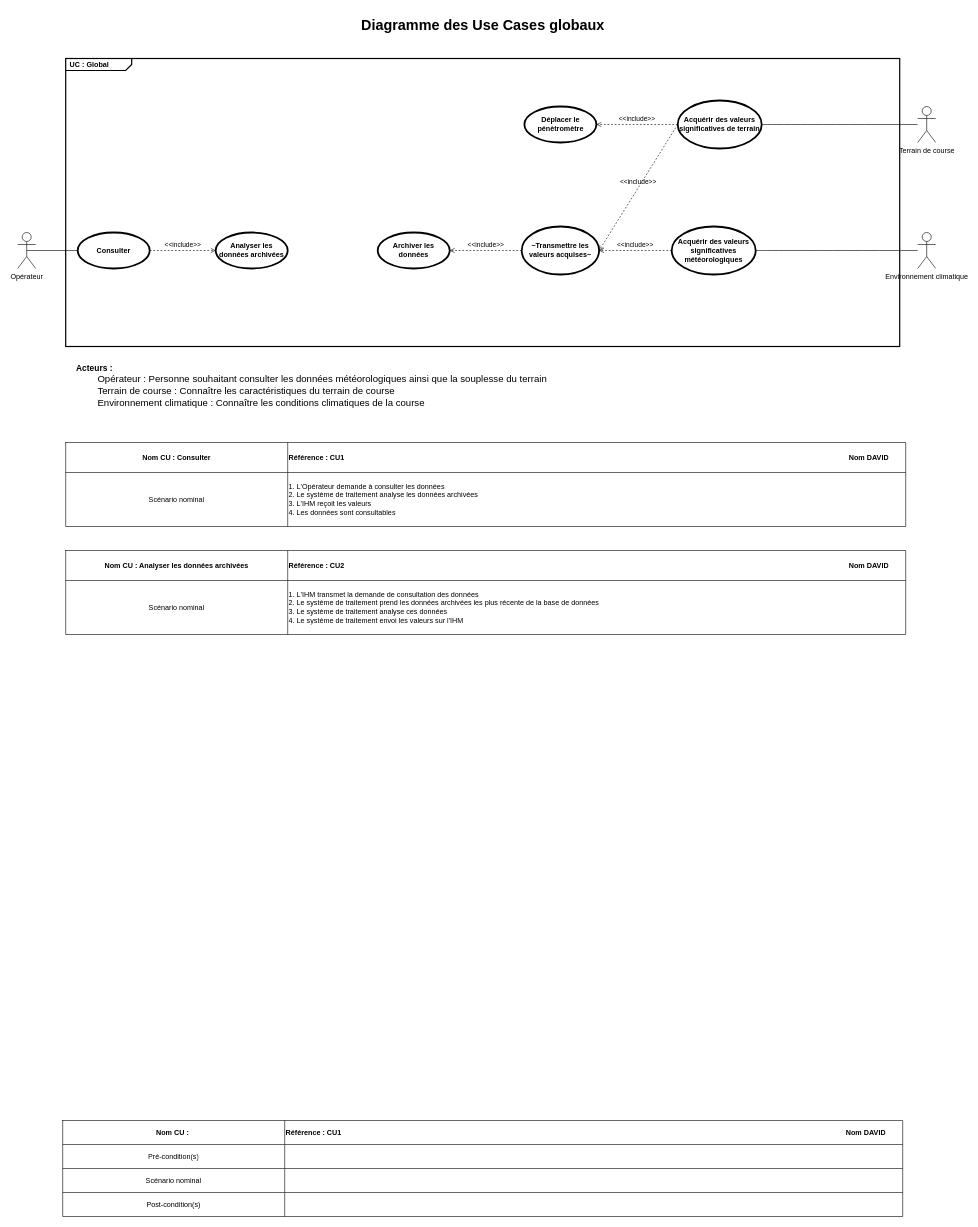
This is SYSML/UseCase/D-UC_General-FM2.drawio from ToGen49/Hippodrome, a draw.io file, before an edit. Source tidied: cells renumbered, new cells numbered last; positions are measured from the earlier drawing's top-left corner, leaving out a move shared by most shapes. Both pictures are drawn from the tidied source at 60%, with x=0, y=0 at pixel (17, 10).
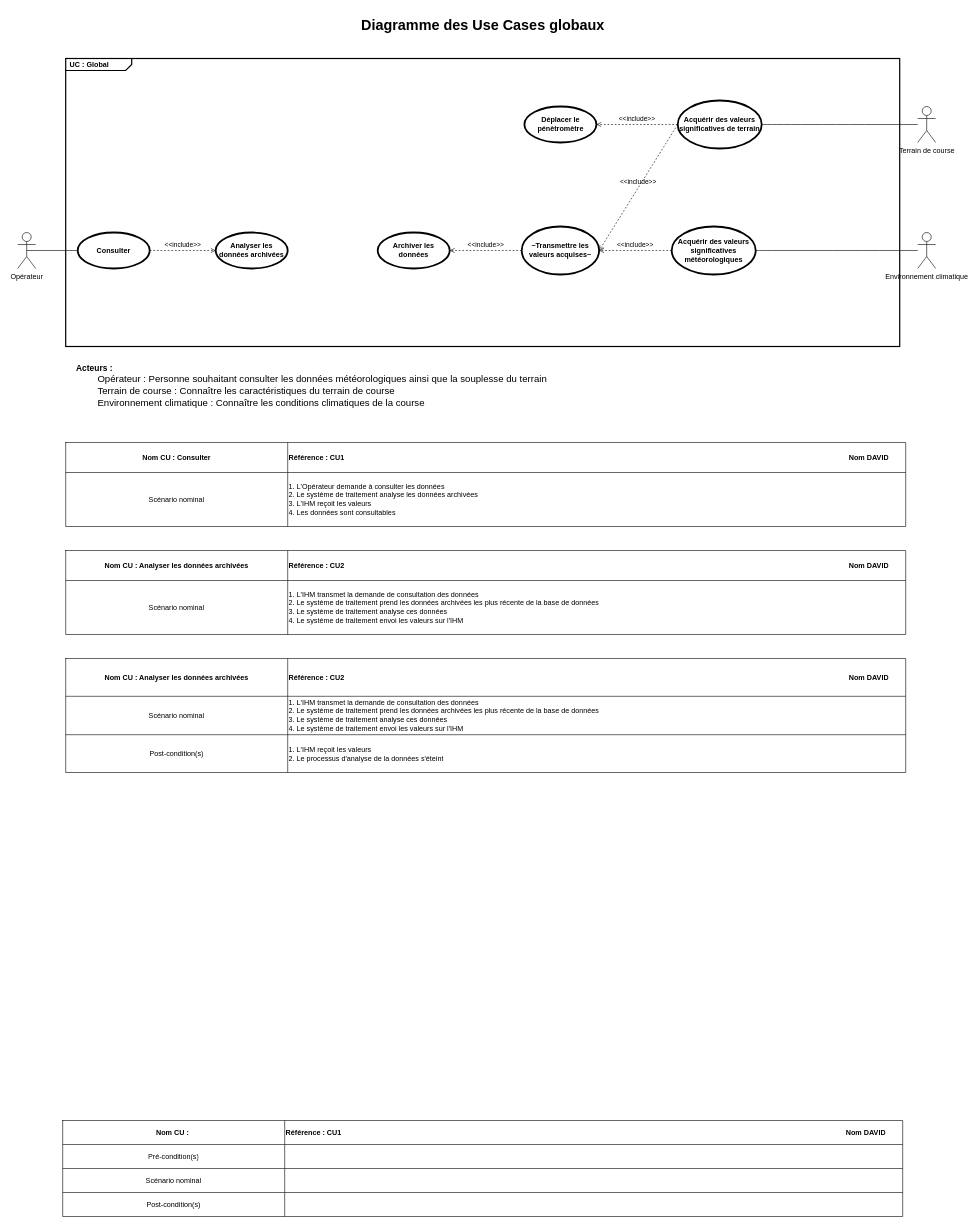
The same page after the edit.

Commit message (it also covers changes not shown here):
Mettre à jour D-UC_General-FM2.drawio

What changed in the source:
```diff
@@
+    <mxCell id="50" style="shape=table;startSize=0;childLayout=tableLayout;" parent="1" vertex="1">
+      <mxGeometry x="80" y="1080" width="1400" height="190" as="geometry" />
+    </mxCell>
+    <mxCell id="51" style="shape=tableRow;horizontal=0;startSize=0;swimlaneHead=0;swimlaneBody=0;strokeColor=inherit;top=0;left=0;bottom=0;right=0;fillColor=none;" parent="50" vertex="1">
+      <mxGeometry width="1400" height="63" as="geometry" />
+    </mxCell>
+    <mxCell id="52" value="&lt;b&gt;Nom CU : Analyser les données archivées&lt;/b&gt;" style="shape=partialRectangle;html=1;whiteSpace=wrap;strokeColor=inherit;overflow=hidden;fillColor=none;top=0;left=0;bottom=0;right=0;" parent="51" vertex="1">
+      <mxGeometry width="370" height="63" as="geometry" />
+    </mxCell>
+    <mxCell id="53" value="&lt;b&gt;Référence : CU2&lt;span style=&quot;white-space: pre;&quot;&gt;&#9;&lt;/span&gt;&lt;span style=&quot;white-space: pre;&quot;&gt;&#9;&lt;/span&gt;&lt;span style=&quot;white-space: pre;&quot;&gt;&#9;&lt;/span&gt;&lt;span style=&quot;white-space: pre;&quot;&gt;&#9;&lt;/span&gt;&lt;span style=&quot;white-space: pre;&quot;&gt;&#9;&lt;/span&gt;&lt;span style=&quot;white-space: pre;&quot;&gt;&#9;&lt;/span&gt;&lt;span style=&quot;white-space: pre;&quot;&gt;&#9;&lt;/span&gt;&lt;span style=&quot;white-space: pre;&quot;&gt;&#9;&lt;/span&gt;&lt;span style=&quot;white-space: pre;&quot;&gt;&#9;&lt;/span&gt;&lt;span style=&quot;white-space: pre;&quot;&gt;&#9;&lt;/span&gt;&lt;span style=&quot;white-space: pre;&quot;&gt;&#9;&lt;/span&gt;&lt;span style=&quot;white-space: pre;&quot;&gt;&#9;&lt;/span&gt;&lt;span style=&quot;white-space: pre;&quot;&gt;&#9;&lt;/span&gt;&lt;span style=&quot;white-space: pre;&quot;&gt;&#9;&lt;/span&gt;&lt;span style=&quot;white-space: pre;&quot;&gt;&#9;&lt;/span&gt;&lt;span style=&quot;white-space: pre;&quot;&gt;&#9;&lt;/span&gt;&lt;span style=&quot;white-space: pre;&quot;&gt;&#9;&lt;/span&gt;&lt;span style=&quot;white-space: pre;&quot;&gt;&#9;&lt;/span&gt;&lt;span style=&quot;white-space: pre;&quot;&gt;&#9;&lt;/span&gt;&lt;span style=&quot;white-space: pre;&quot;&gt;&#9;&lt;/span&gt;&lt;span style=&quot;white-space: pre;&quot;&gt;&#9;&lt;/span&gt;&lt;span style=&quot;white-space: pre;&quot;&gt;&#9;&lt;/span&gt;&lt;span style=&quot;white-space: pre;&quot;&gt;&#9;&lt;/span&gt;&lt;span style=&quot;white-space: pre;&quot;&gt;&#9;&lt;/span&gt;&lt;span style=&quot;white-space: pre;&quot;&gt;&#9;&lt;/span&gt;&lt;span style=&quot;white-space: pre;&quot;&gt;&#9;&lt;/span&gt;&lt;span style=&quot;white-space: pre;&quot;&gt;&#9;&lt;/span&gt;&lt;span style=&quot;white-space: pre;&quot;&gt;&#9;&lt;/span&gt;&lt;span style=&quot;white-space: pre;&quot;&gt;&#9;&lt;/span&gt;&lt;span style=&quot;white-space: pre;&quot;&gt;&#9;&lt;/span&gt;&lt;span style=&quot;white-space: pre;&quot;&gt;&#9;&lt;/span&gt;&lt;span style=&quot;white-space: pre;&quot;&gt;&#9;&lt;/span&gt;Nom DAVID&lt;/b&gt;" style="shape=partialRectangle;html=1;whiteSpace=wrap;strokeColor=inherit;overflow=hidden;fillColor=none;top=0;left=0;bottom=0;right=0;align=left;" parent="51" vertex="1">
+      <mxGeometry x="370" width="1030" height="63" as="geometry" />
+    </mxCell>
+    <mxCell id="54" style="shape=tableRow;horizontal=0;startSize=0;swimlaneHead=0;swimlaneBody=0;strokeColor=inherit;top=0;left=0;bottom=0;right=0;fillColor=none;" parent="50" vertex="1">
+      <mxGeometry y="63" width="1400" height="64" as="geometry" />
+    </mxCell>
+    <mxCell id="55" value="Scénario nominal" style="shape=partialRectangle;html=1;whiteSpace=wrap;strokeColor=inherit;overflow=hidden;fillColor=none;top=0;left=0;bottom=0;right=0;" parent="54" vertex="1">
+      <mxGeometry width="370" height="64" as="geometry" />
+    </mxCell>
+    <mxCell id="56" value="&lt;div&gt;1. L'IHM transmet la demande de consultation des données&lt;/div&gt;&lt;div&gt;2. Le système de traitement prend les données archivées les plus récente de la base de données&lt;/div&gt;&lt;div&gt;3. Le système de traitement analyse ces données&lt;/div&gt;&lt;div&gt;4. Le système de traitement envoi les valeurs sur l'IHM&lt;/div&gt;" style="shape=partialRectangle;html=1;whiteSpace=wrap;strokeColor=inherit;overflow=hidden;fillColor=none;top=0;left=0;bottom=0;right=0;align=left;" parent="54" vertex="1">
+      <mxGeometry x="370" width="1030" height="64" as="geometry" />
+    </mxCell>
+    <mxCell id="57" style="shape=tableRow;horizontal=0;startSize=0;swimlaneHead=0;swimlaneBody=0;strokeColor=inherit;top=0;left=0;bottom=0;right=0;fillColor=none;" parent="50" vertex="1">
+      <mxGeometry y="127" width="1400" height="63" as="geometry" />
+    </mxCell>
+    <mxCell id="58" value="Post-condition(s)" style="shape=partialRectangle;html=1;whiteSpace=wrap;strokeColor=inherit;overflow=hidden;fillColor=none;top=0;left=0;bottom=0;right=0;" parent="57" vertex="1">
+      <mxGeometry width="370" height="63" as="geometry" />
+    </mxCell>
+    <mxCell id="59" value="1. L'IHM reçoit les valeurs&lt;div&gt;2.&lt;span style=&quot;background-color: transparent; color: light-dark(rgb(0, 0, 0), rgb(255, 255, 255));&quot;&gt;&amp;nbsp;&lt;/span&gt;&lt;span style=&quot;background-color: transparent; color: light-dark(rgb(0, 0, 0), rgb(255, 255, 255));&quot;&gt;Le processus d'analyse de la données s'éteint&lt;/span&gt;&lt;/div&gt;" style="shape=partialRectangle;html=1;whiteSpace=wrap;strokeColor=inherit;overflow=hidden;fillColor=none;top=0;left=0;bottom=0;right=0;align=left;" parent="57" vertex="1">
+      <mxGeometry x="370" width="1030" height="63" as="geometry" />
+    </mxCell>
```
